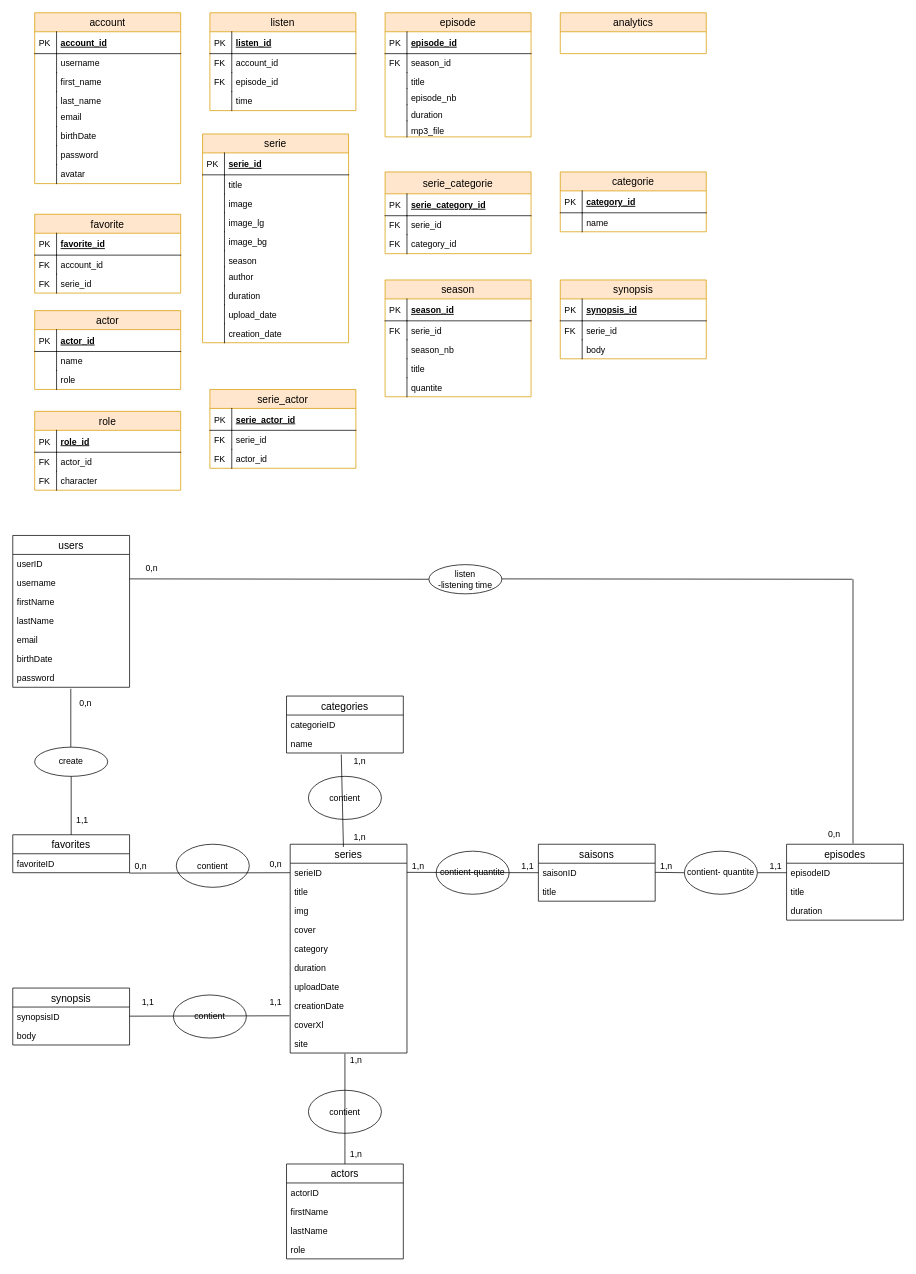
Before: conception/MCD-MLD/MCD-MLDwaventure.drawio in BorisJerrar/Waventure, a draw.io diagram. Source tidied: cells renumbered, new cells numbered last; positions are measured from the earlier drawing's top-left corner, leaving out a move shared by most shapes. Both pictures are drawn from the tidied source at 73%, with x=0, y=0 at pixel (12, 12).
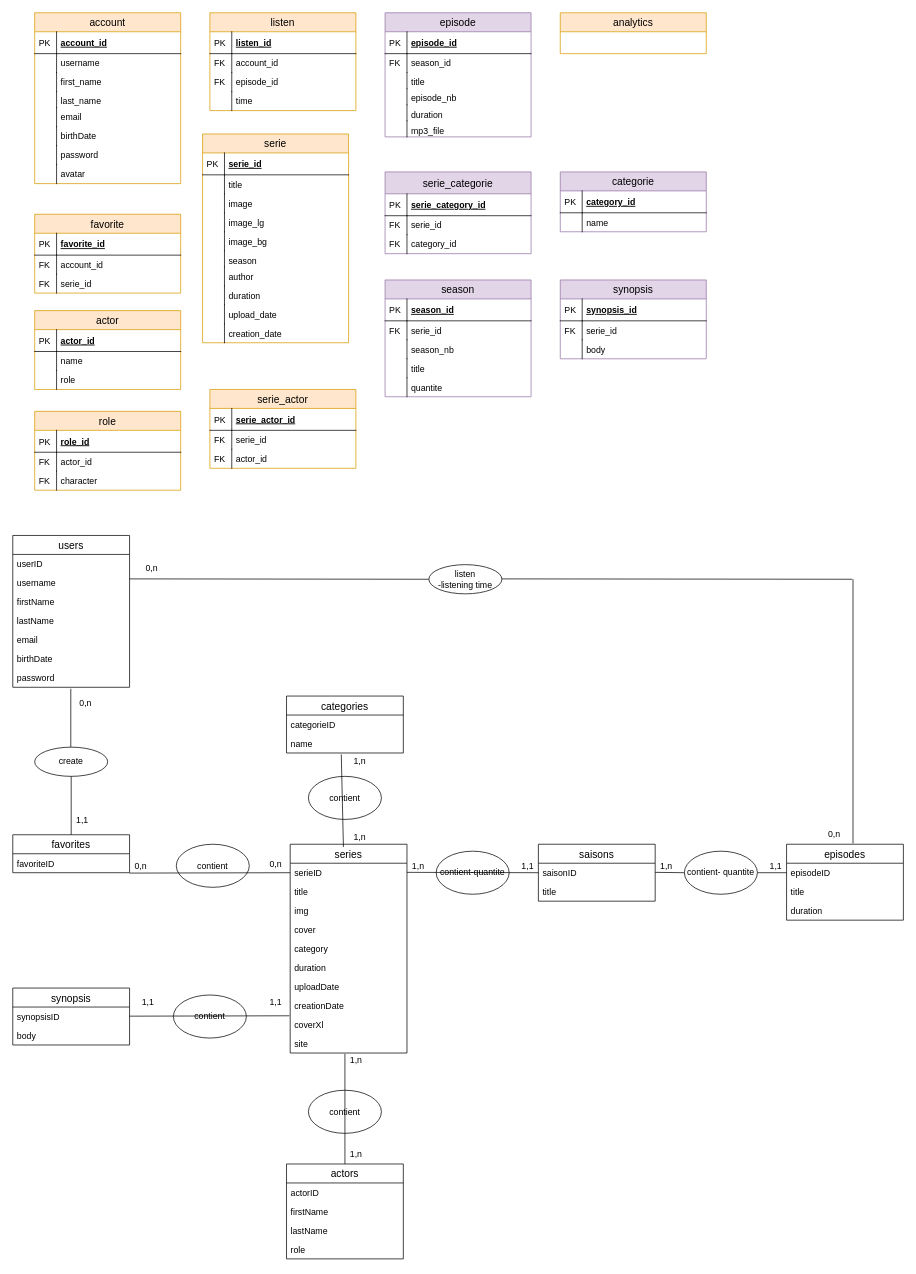
Above is the later version.

What changed in the source:
```diff
@@
-    <mxCell id="86" value="serie_categorie" style="swimlane;fontStyle=0;horizontal=1;startSize=30;align=center;fontSize=14;strokeWidth=1;fillColor=#ffe6cc;strokeColor=#d79b00;" parent="1" vertex="1">
+    <mxCell id="86" value="serie_categorie" style="swimlane;fontStyle=0;horizontal=1;startSize=30;align=center;fontSize=14;strokeWidth=1;fillColor=#e1d5e7;strokeColor=#9673a6;" parent="1" vertex="1">
       <mxGeometry x="510" y="218" width="200" height="112" as="geometry" />
     </mxCell>
@@
-    <mxCell id="93" value="episode" style="swimlane;fontStyle=0;horizontal=1;startSize=26;align=center;fontSize=14;strokeWidth=1;fillColor=#ffe6cc;strokeColor=#d79b00;" parent="1" vertex="1">
+    <mxCell id="93" value="episode" style="swimlane;fontStyle=0;horizontal=1;startSize=26;align=center;fontSize=14;strokeWidth=1;fillColor=#e1d5e7;strokeColor=#9673a6;" parent="1" vertex="1">
       <mxGeometry x="510" width="200" height="170" as="geometry" />
     </mxCell>
@@
-    <mxCell id="172" value="season" style="swimlane;fontStyle=0;horizontal=1;startSize=26;align=center;fontSize=14;strokeWidth=1;fillColor=#ffe6cc;strokeColor=#d79b00;" parent="1" vertex="1">
+    <mxCell id="172" value="season" style="swimlane;fontStyle=0;horizontal=1;startSize=26;align=center;fontSize=14;strokeWidth=1;fillColor=#e1d5e7;strokeColor=#9673a6;" parent="1" vertex="1">
       <mxGeometry x="510" y="366" width="200" height="160" as="geometry" />
     </mxCell>
@@
-    <mxCell id="183" value="categorie" style="swimlane;fontStyle=0;horizontal=1;startSize=26;align=center;fontSize=14;strokeWidth=1;fillColor=#ffe6cc;strokeColor=#d79b00;" parent="1" vertex="1">
+    <mxCell id="183" value="categorie" style="swimlane;fontStyle=0;horizontal=1;startSize=26;align=center;fontSize=14;strokeWidth=1;fillColor=#e1d5e7;strokeColor=#9673a6;" parent="1" vertex="1">
       <mxGeometry x="750" y="218" width="200" height="82" as="geometry" />
     </mxCell>
@@
-    <mxCell id="188" value="synopsis" style="swimlane;fontStyle=0;horizontal=1;startSize=26;align=center;fontSize=14;strokeWidth=1;fillColor=#ffe6cc;strokeColor=#d79b00;" parent="1" vertex="1">
+    <mxCell id="188" value="synopsis" style="swimlane;fontStyle=0;horizontal=1;startSize=26;align=center;fontSize=14;strokeWidth=1;fillColor=#e1d5e7;strokeColor=#9673a6;" parent="1" vertex="1">
       <mxGeometry x="750" y="366" width="200" height="108" as="geometry" />
     </mxCell>
```
